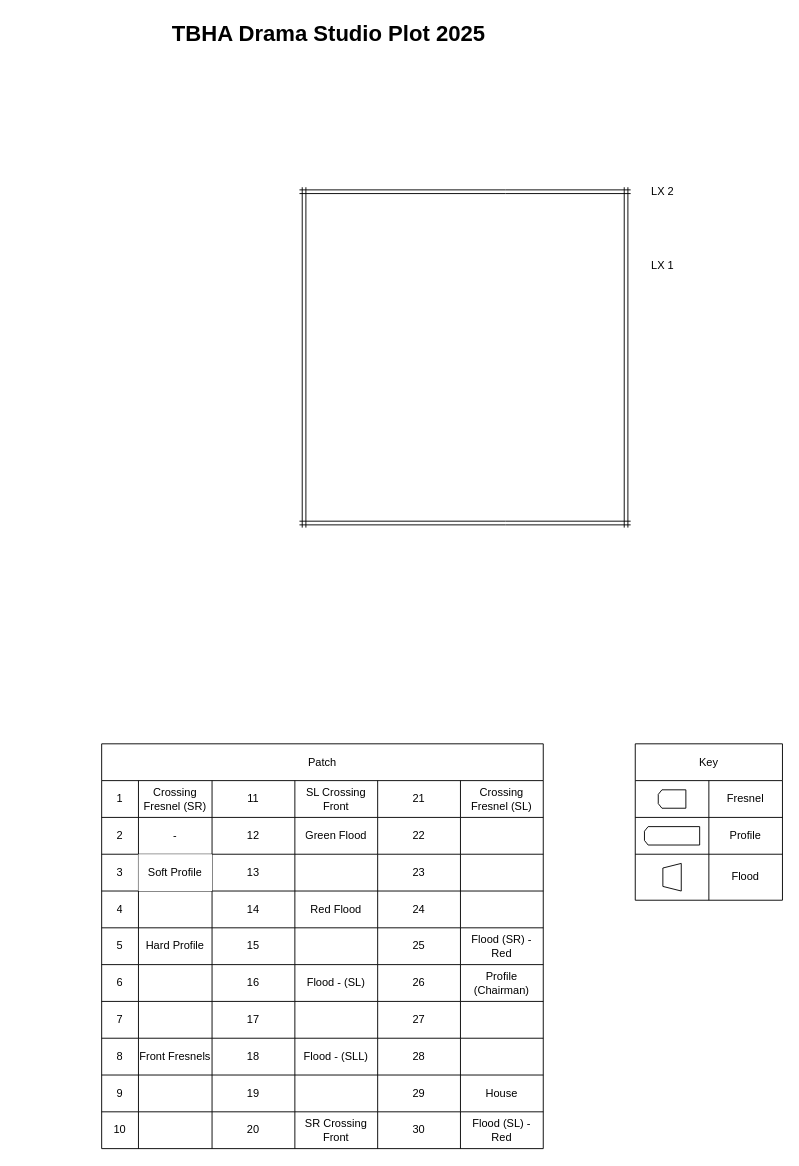
Above: Drama Studio 2025.drawio in Oliver2081/lighting-plots (draw.io), before the change. Source tidied: cells renumbered, new cells numbered last; positions are measured from the earlier drawing's top-left corner, leaving out a move shared by most shapes. Both pictures are drawn from the tidied source at 92%, with x=0, y=0 at pixel (16, 15).
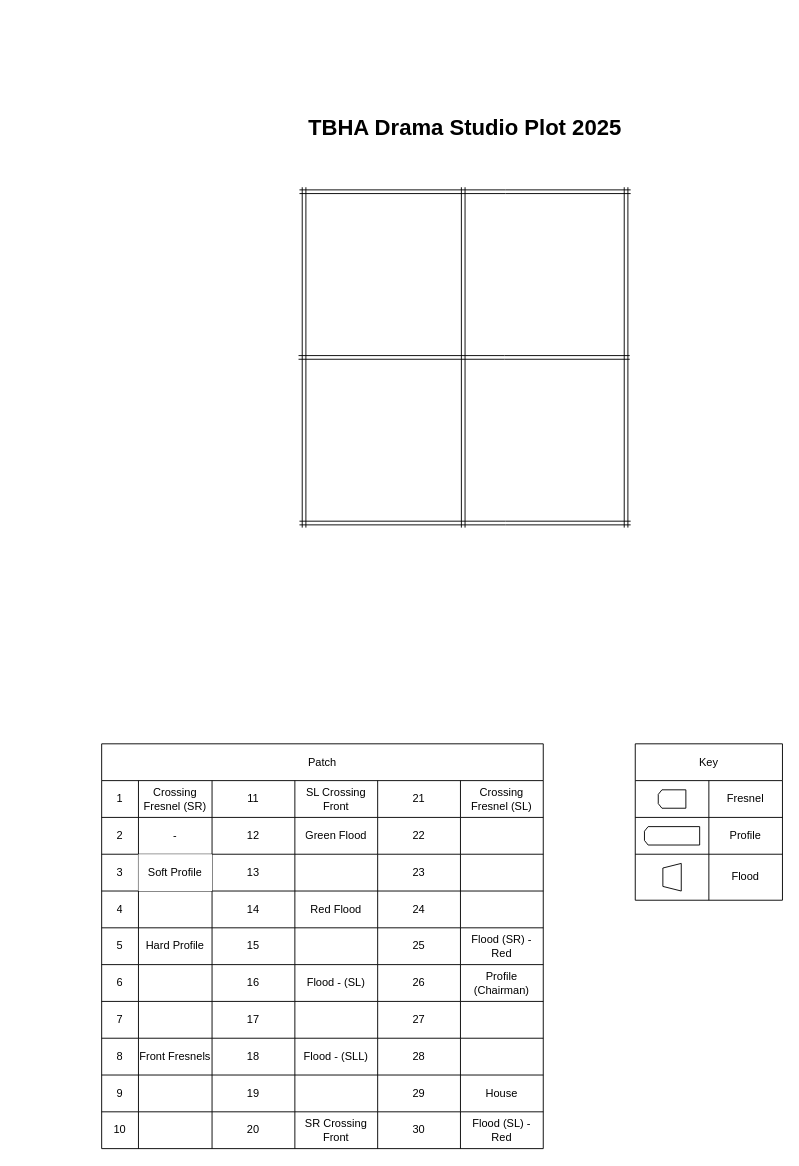
After the change.

The edit, as a diff of the source:
```diff
@@
     <mxCell id="14" value="&lt;h1 style=&quot;margin-top: 0px;&quot;&gt;TBHA Drama Studio Plot 2025&lt;/h1&gt;" style="text;html=1;whiteSpace=wrap;overflow=hidden;rounded=0;align=center;" parent="1" vertex="1">
-      <mxGeometry x="-0.2" y="0.1" width="680" height="40" as="geometry" />
+      <mxGeometry x="148" y="102" width="680" height="40" as="geometry" />
     </mxCell>
@@
-    <mxCell id="18" value="LX 1" style="text;html=1;align=center;verticalAlign=middle;whiteSpace=wrap;rounded=0;" parent="1" vertex="1">
-      <mxGeometry x="673" y="257" width="60" height="30" as="geometry" />
-    </mxCell>
-    <mxCell id="19" value="LX 2" style="text;html=1;align=center;verticalAlign=middle;whiteSpace=wrap;rounded=0;" parent="1" vertex="1">
-      <mxGeometry x="673" y="177" width="60" height="30" as="geometry" />
-    </mxCell>
@@
+    <mxCell id="93" style="edgeStyle=none;orthogonalLoop=1;jettySize=auto;html=1;rounded=0;fontSize=12;curved=1;shape=link;startSize=6;" parent="1" edge="1">
+      <mxGeometry relative="1" as="geometry">
+        <mxPoint x="667" y="372" as="sourcePoint" />
+        <mxPoint x="307" y="372" as="targetPoint" />
+        <Array as="points">
+          <mxPoint x="531" y="372" />
+        </Array>
+      </mxGeometry>
+    </mxCell>
+    <mxCell id="94" style="edgeStyle=none;orthogonalLoop=1;jettySize=auto;html=1;rounded=0;fontSize=12;curved=1;shape=link;startSize=6;" parent="1" edge="1">
+      <mxGeometry relative="1" as="geometry">
+        <mxPoint x="486" y="557" as="sourcePoint" />
+        <mxPoint x="486" y="187" as="targetPoint" />
+      </mxGeometry>
+    </mxCell>
```
